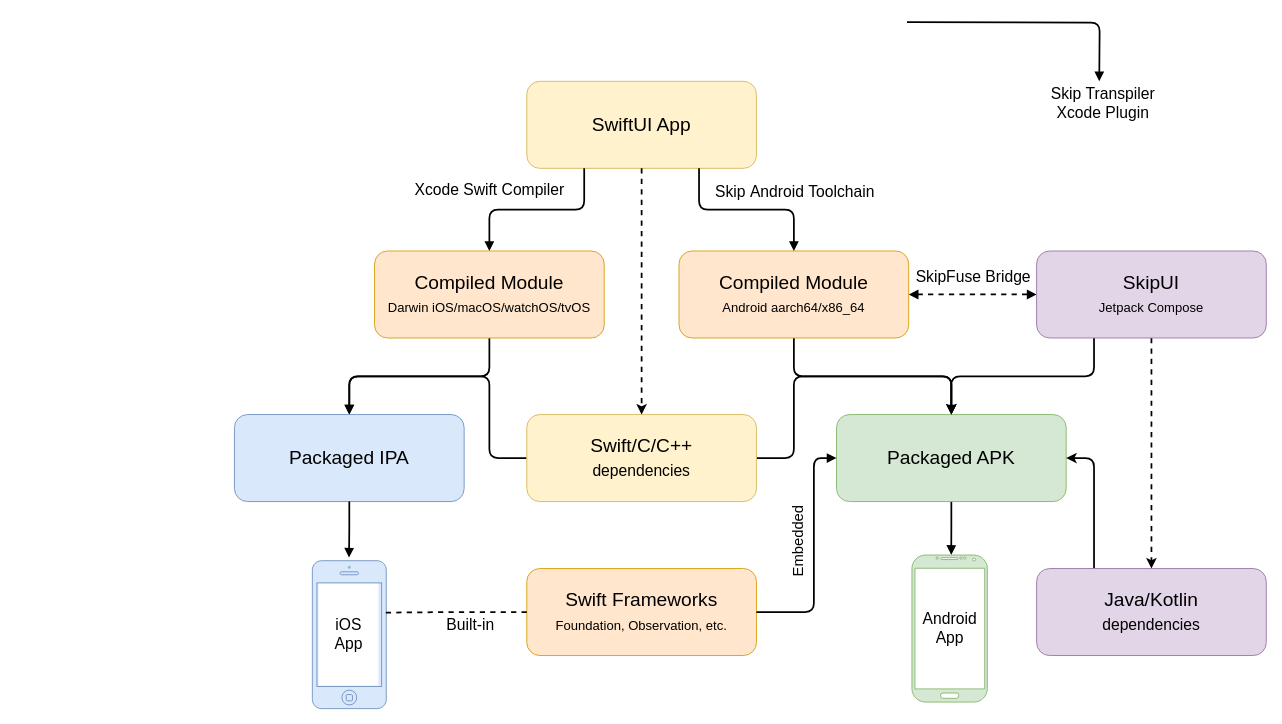
The draw.io diagram page "native" (9 of 15) of diagrams/skip-diagrams.drawio in skiptools/assets.skip.tools, before the edit. Source tidied: cells renumbered, new cells numbered last; positions are measured from the earlier drawing's top-left corner, leaving out a move shared by most shapes. Both pictures are drawn from the tidied source at 87%, with x=0, y=0 at pixel (234, 22).
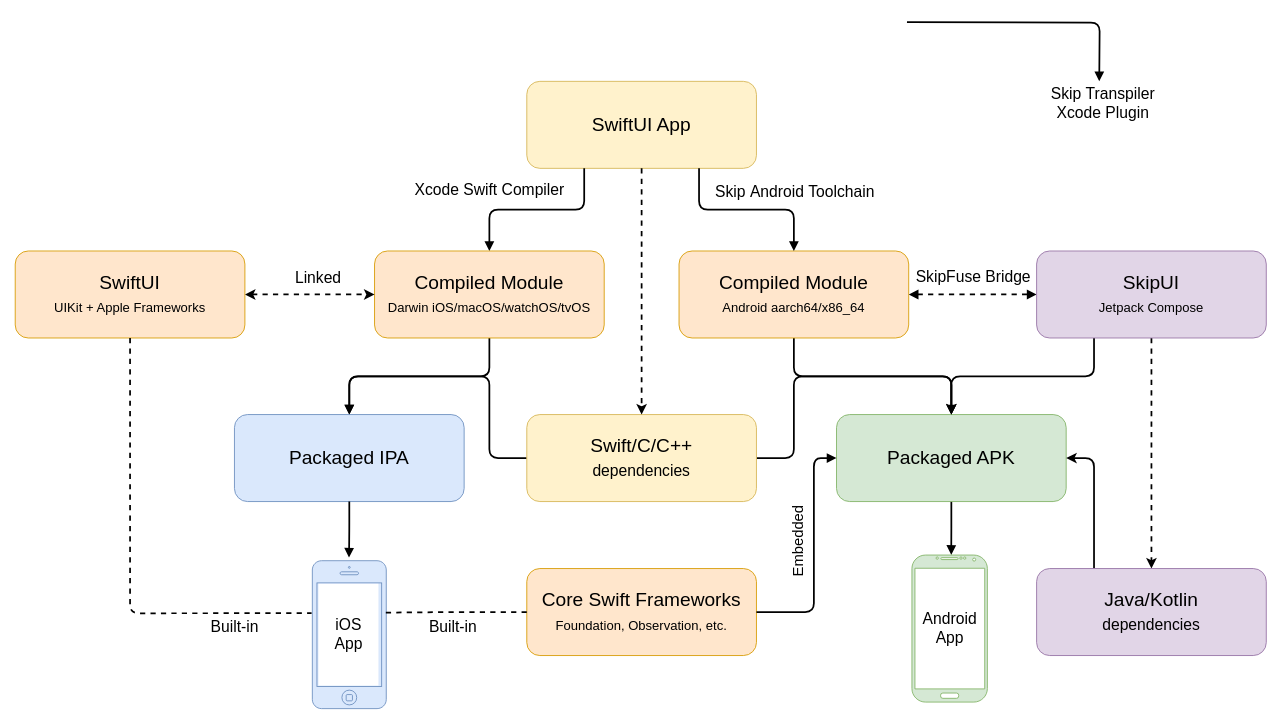
Above is the later version.

Commit message (it also covers changes not shown here):
Update native diagram

The change refers to these unchanged cells:
```xml
<mxCell id="8" style="edgeStyle=orthogonalEdgeStyle;rounded=0;jettySize=auto;html=1;exitX=1;exitY=0.5;exitDx=0;exitDy=0;entryX=0;entryY=0.5;entryDx=0;entryDy=0;dashed=1;strokeWidth=2;startArrow=block;startFill=1;endArrow=block;endFill=1;" parent="1" edge="1" source="10" target="38">
  <mxGeometry relative="1" as="geometry" />
</mxCell>
<mxCell id="16" value="Compiled Module&lt;div&gt;&lt;font style=&quot;font-size: 15px;&quot;&gt;Darwin iOS/macOS/watchOS/tvOS&lt;/font&gt;&lt;/div&gt;" style="rounded=1;whiteSpace=wrap;html=1;fontSize=22;fillColor=#ffe6cc;strokeColor=#d79b00;" parent="1" vertex="1">
  <mxGeometry x="161" y="263" width="264" height="100" as="geometry" />
</mxCell>
<mxCell id="18" style="html=1;verticalLabelPosition=bottom;labelBackgroundColor=#ffffff;verticalAlign=top;shadow=0;dashed=0;strokeWidth=1;shape=mxgraph.ios7.misc.iphone;strokeColor=#6c8ebf;fillColor=#dae8fc;" parent="17" vertex="1">
  <mxGeometry width="85" height="170" as="geometry" />
</mxCell>
<mxCell id="34" style="edgeStyle=orthogonalEdgeStyle;rounded=0;jettySize=auto;html=1;exitX=0;exitY=0.5;exitDx=0;exitDy=0;strokeWidth=2;endArrow=none;startFill=0;dashed=1;entryX=0.985;entryY=0.351;entryDx=0;entryDy=0;entryPerimeter=0;" parent="1" edge="1" source="31" target="18">
  <mxGeometry relative="1" as="geometry" />
</mxCell>
```

The edit, as a diff of the source:
```diff
@@
-    <mxCell id="9" value="&lt;font style=&quot;font-size: 18px;&quot;&gt;SkipFuse&amp;nbsp;&lt;/font&gt;&lt;span style=&quot;font-size: 18px; background-color: light-dark(#ffffff, var(--ge-dark-color, #121212)); color: light-dark(rgb(0, 0, 0), rgb(255, 255, 255));&quot;&gt;Bridge&lt;/span&gt;" style="edgeLabel;html=1;align=center;verticalAlign=middle;" parent="8" vertex="1">
+    <mxCell id="9" value="&lt;font&gt;SkipFuse&amp;nbsp;&lt;/font&gt;&lt;span style=&quot;background-color: light-dark(#ffffff, var(--ge-dark-color, #121212)); color: light-dark(rgb(0, 0, 0), rgb(255, 255, 255));&quot;&gt;Bridge&lt;/span&gt;" style="edgeLabel;html=1;align=center;verticalAlign=middle;fontSize=18;" parent="8" vertex="1">
       <mxGeometry x="-0.04" y="3" relative="1" as="geometry">
         <mxPoint x="2" y="-18" as="offset" />
       </mxGeometry>
     </mxCell>
@@
-    <mxCell id="31" value="Swift Frameworks&lt;div&gt;&lt;span style=&quot;font-size: 15px; background-color: initial;&quot;&gt;Foundation, Observation, etc.&lt;/span&gt;&lt;/div&gt;" style="rounded=1;whiteSpace=wrap;html=1;fontSize=22;fillColor=#ffe6cc;strokeColor=#d79b00;" parent="1" vertex="1">
+    <mxCell id="31" value="Core Swift Frameworks&lt;div&gt;&lt;span style=&quot;font-size: 15px; background-color: initial;&quot;&gt;Foundation, Observation, etc.&lt;/span&gt;&lt;/div&gt;" style="rounded=1;whiteSpace=wrap;html=1;fontSize=22;fillColor=#ffe6cc;strokeColor=#d79b00;" parent="1" vertex="1">
       <mxGeometry x="336" y="628" width="264" height="100" as="geometry" />
     </mxCell>
@@
     <mxCell id="35" value="Built-in" style="edgeLabel;html=1;align=center;verticalAlign=middle;fontSize=18;" parent="34" vertex="1">
       <mxGeometry x="-0.12" y="2" relative="1" as="geometry">
-        <mxPoint x="6" y="12" as="offset" />
+        <mxPoint x="-14" y="14" as="offset" />
       </mxGeometry>
     </mxCell>
@@
+    <mxCell id="41" style="edgeStyle=orthogonalEdgeStyle;rounded=0;jettySize=auto;html=1;exitX=1;exitY=0.5;exitDx=0;exitDy=0;entryX=0;entryY=0.5;entryDx=0;entryDy=0;strokeWidth=2;dashed=1;startArrow=classic;startFill=1;" parent="1" edge="1" source="43" target="16">
+      <mxGeometry relative="1" as="geometry" />
+    </mxCell>
+    <mxCell id="42" value="Linked" style="edgeLabel;html=1;align=center;verticalAlign=middle;fontSize=18;" parent="41" vertex="1">
+      <mxGeometry x="0.13" y="1" relative="1" as="geometry">
+        <mxPoint x="-1" y="-19" as="offset" />
+      </mxGeometry>
+    </mxCell>
+    <mxCell id="43" value="SwiftUI&lt;div&gt;&lt;font style=&quot;font-size: 15px;&quot;&gt;UIKit + Apple Frameworks&lt;/font&gt;&lt;/div&gt;" style="rounded=1;whiteSpace=wrap;html=1;fontSize=22;fillColor=#ffe6cc;strokeColor=#d79b00;" parent="1" vertex="1">
+      <mxGeometry x="-252" y="263" width="264" height="100" as="geometry" />
+    </mxCell>
+    <mxCell id="44" style="edgeStyle=orthogonalEdgeStyle;rounded=1;jettySize=auto;html=1;exitX=0.5;exitY=1;exitDx=0;exitDy=0;entryX=-0.01;entryY=0.355;entryDx=0;entryDy=0;entryPerimeter=0;dashed=1;strokeWidth=2;endArrow=none;startFill=0;curved=0;" parent="1" edge="1" source="43" target="18">
+      <mxGeometry relative="1" as="geometry" />
+    </mxCell>
+    <mxCell id="45" value="Built-in" style="edgeLabel;html=1;align=center;verticalAlign=middle;fontSize=18;" parent="44" vertex="1">
+      <mxGeometry x="0.64" y="-2" relative="1" as="geometry">
+        <mxPoint x="5" y="14" as="offset" />
+      </mxGeometry>
+    </mxCell>
```
